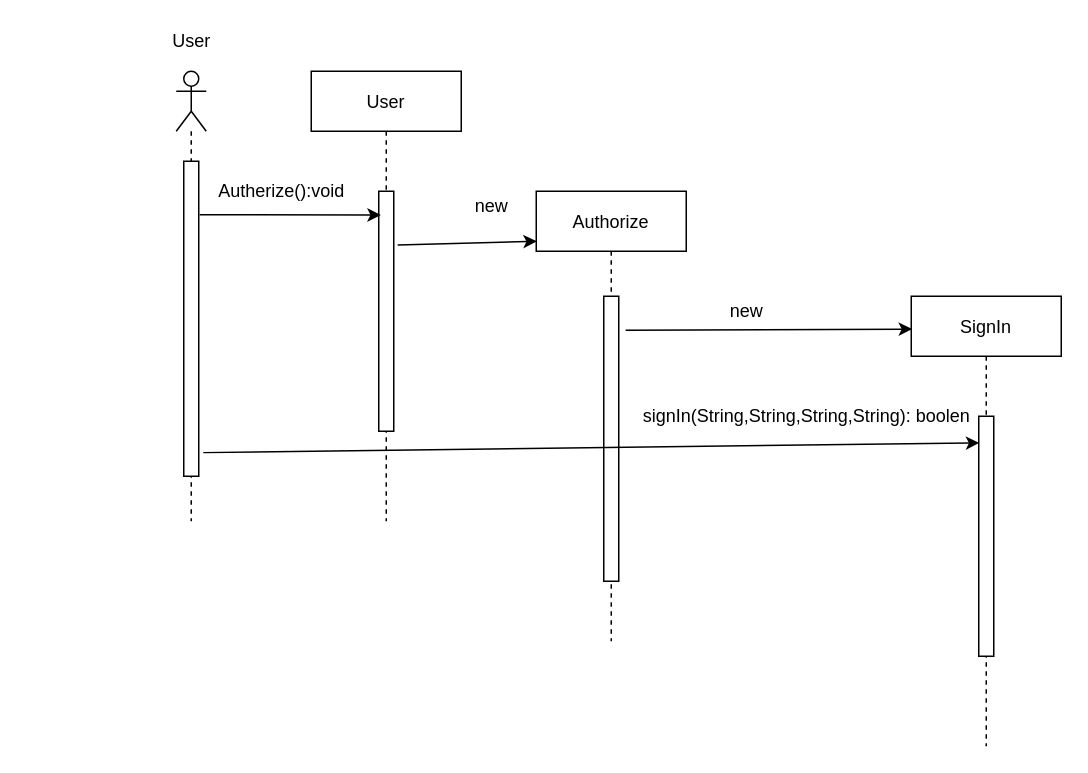
Above: SignIn.drawio in TheGhost025/Fawry-System (draw.io), before the change. Source tidied: cells renumbered, new cells numbered last; positions are measured from the earlier drawing's top-left corner, leaving out a move shared by most shapes. Both pictures are drawn from the tidied source at 150%, with x=0, y=0 at pixel (160, 26).
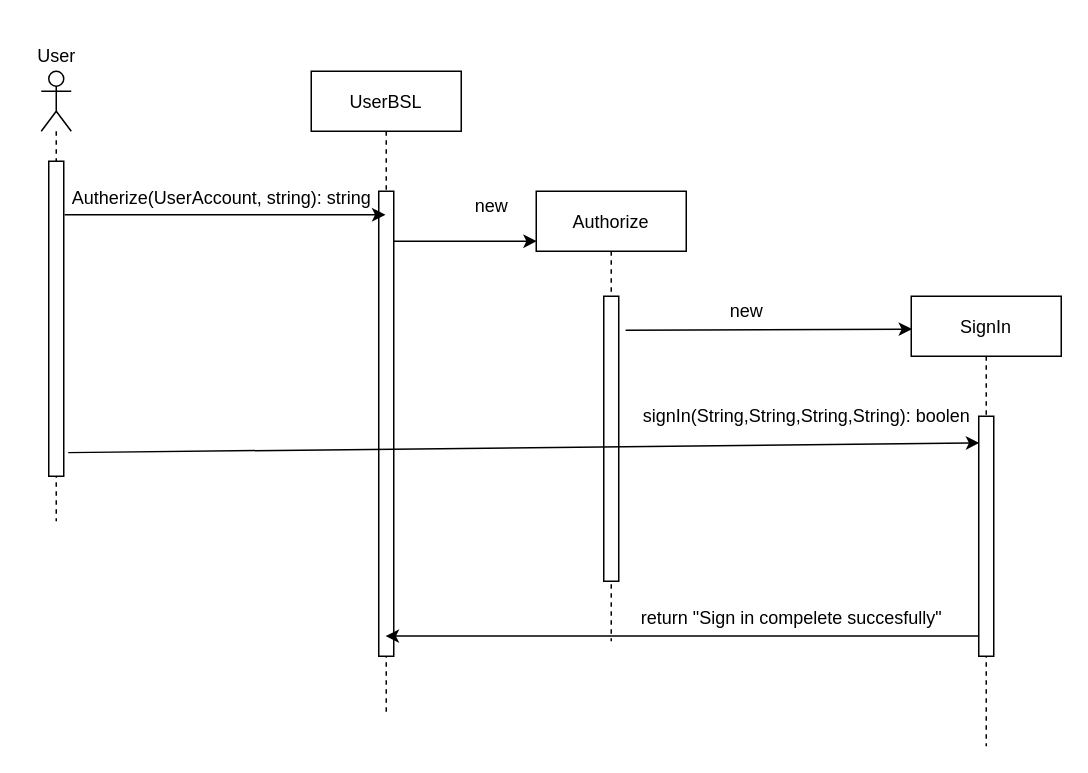
The same diagram, later.

Unchanged cells that the change refers to:
```xml
<mxCell id="2" value="Authorize" style="shape=umlLifeline;perimeter=lifelinePerimeter;rounded=0;shadow=0;strokeWidth=1;" parent="1" vertex="1">
  <mxGeometry x="250" y="110" width="100" height="300" as="geometry" />
</mxCell>
<mxCell id="5" style="points=[];perimeter=orthogonalPerimeter;rounded=0;shadow=0;strokeWidth=1;" parent="4" vertex="1">
  <mxGeometry x="45" y="80" width="10" height="160" as="geometry" />
</mxCell>
<mxCell id="9" style="html=1;points=[];perimeter=orthogonalPerimeter;" parent="8" vertex="1">
  <mxGeometry x="5" y="60" width="10" height="210" as="geometry" />
</mxCell>
```

The edit, as a diff of the source:
```diff
@@
-    <mxCell id="6" value="User" style="shape=umlLifeline;perimeter=lifelinePerimeter;rounded=0;shadow=0;strokeWidth=1;" parent="1" vertex="1">
-      <mxGeometry x="100" y="30" width="100" height="300" as="geometry" />
+    <mxCell id="6" value="UserBSL" style="shape=umlLifeline;perimeter=lifelinePerimeter;rounded=0;shadow=0;strokeWidth=1;" parent="1" vertex="1">
+      <mxGeometry x="100" y="30" width="100" height="430" as="geometry" />
     </mxCell>
     <mxCell id="7" style="points=[];perimeter=orthogonalPerimeter;rounded=0;shadow=0;strokeWidth=1;" parent="6" vertex="1">
-      <mxGeometry x="45" y="80" width="10" height="160" as="geometry" />
+      <mxGeometry x="45" y="80" width="10" height="310" as="geometry" />
     </mxCell>
     <mxCell id="8" style="shape=umlLifeline;participant=umlActor;perimeter=lifelinePerimeter;whiteSpace=wrap;html=1;verticalAlign=top;spacingTop=36;" parent="1" vertex="1">
-      <mxGeometry x="10" y="30" width="20" height="300" as="geometry" />
+      <mxGeometry x="-80" y="30" width="20" height="300" as="geometry" />
     </mxCell>
@@
     <mxCell id="10" value="User" style="text;html=1;align=center;verticalAlign=middle;" parent="1" vertex="1">
-      <mxGeometry width="40" height="20" as="geometry" />
+      <mxGeometry x="-90" y="10" width="40" height="20" as="geometry" />
     </mxCell>
-    <mxCell id="11" style="endArrow=classic;html=1;exitX=1.06;exitY=0.17;exitDx=0;exitDy=0;exitPerimeter=0;entryX=0.14;entryY=0.099;entryDx=0;entryDy=0;entryPerimeter=0;" parent="1" edge="1" source="9" target="7">
+    <mxCell id="11" style="endArrow=classic;html=1;exitX=1.06;exitY=0.17;exitDx=0;exitDy=0;exitPerimeter=0;" parent="1" edge="1" source="9" target="6">
       <mxGeometry relative="1" as="geometry" />
     </mxCell>
-    <mxCell id="12" value="Autherize():void" style="text;html=1;align=center;verticalAlign=middle;" parent="1" vertex="1">
-      <mxGeometry x="30" y="100" width="100" height="20" as="geometry" />
+    <mxCell id="12" value="Autherize(UserAccount, string): string" style="text;html=1;align=center;verticalAlign=middle;" parent="1" vertex="1">
+      <mxGeometry x="-70" y="100" width="220" height="30" as="geometry" />
     </mxCell>
-    <mxCell id="13" style="endArrow=classic;html=1;exitX=1.26;exitY=0.224;exitDx=0;exitDy=0;exitPerimeter=0;entryX=0.004;entryY=0.111;entryDx=0;entryDy=0;entryPerimeter=0;" parent="1" edge="1" source="7" target="2">
+    <mxCell id="13" style="endArrow=classic;html=1;entryX=0.004;entryY=0.111;entryDx=0;entryDy=0;entryPerimeter=0;" parent="1" edge="1" source="7" target="2">
       <mxGeometry relative="1" as="geometry" />
     </mxCell>
@@
+    <mxCell id="19" style="endArrow=classic;html=1;rounded=0;exitX=0.02;exitY=0.916;exitDx=0;exitDy=0;exitPerimeter=0;" parent="1" edge="1" source="5" target="6">
+      <mxGeometry relative="1" as="geometry" />
+    </mxCell>
+    <mxCell id="20" value="return &quot;Sign in compelete succesfully&quot;" style="text;html=1;align=center;verticalAlign=middle;strokeColor=none;fillColor=none;" parent="1" vertex="1">
+      <mxGeometry x="310" y="380" width="220" height="30" as="geometry" />
+    </mxCell>
```
